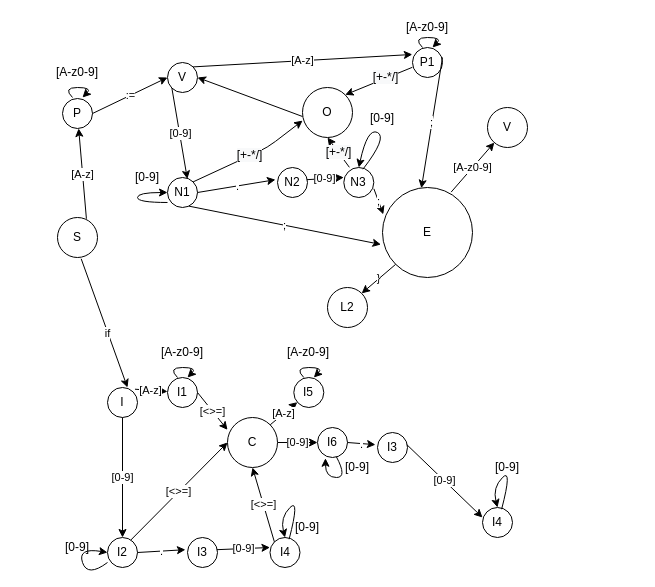
This is Untitled Diagram.drawio from xDSUP/6_password_strength, a draw.io file, before an edit. Source tidied: cells renumbered, new cells numbered last; positions are measured from the earlier drawing's top-left corner, leaving out a move shared by most shapes. Both pictures are drawn from the tidied source at 100%, with x=0, y=0 at pixel (42, 17).
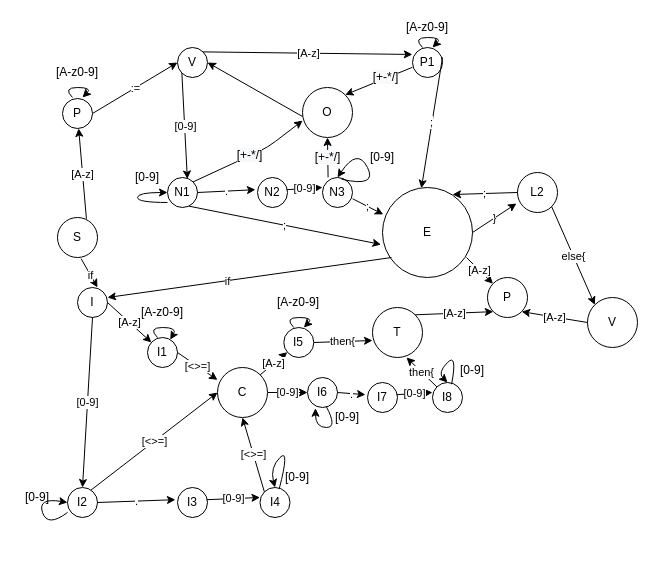
After the change.

Unchanged cells that the change refers to:
```xml
<mxCell id="37" value="E" style="ellipse;whiteSpace=wrap;html=1;" parent="1" vertex="1">
  <mxGeometry x="340" y="170" width="90" height="90" as="geometry" />
</mxCell>
```

The edit, as a diff of the source:
```diff
@@
     <mxCell id="4" value="I" style="ellipse;whiteSpace=wrap;html=1;" parent="1" vertex="1">
-      <mxGeometry x="65" y="370" width="30" height="30" as="geometry" />
+      <mxGeometry x="35" y="270" width="30" height="30" as="geometry" />
     </mxCell>
@@
     <mxCell id="9" value="V" style="ellipse;whiteSpace=wrap;html=1;" parent="1" vertex="1">
-      <mxGeometry x="125" y="45" width="30" height="30" as="geometry" />
+      <mxGeometry x="135" y="30" width="30" height="30" as="geometry" />
     </mxCell>
@@
     <mxCell id="12" value="N2" style="ellipse;whiteSpace=wrap;html=1;" parent="1" vertex="1">
-      <mxGeometry x="235" y="150" width="30" height="30" as="geometry" />
+      <mxGeometry x="215" y="160" width="30" height="30" as="geometry" />
     </mxCell>
@@
     <mxCell id="21" value="N3" style="ellipse;whiteSpace=wrap;html=1;" parent="1" vertex="1">
-      <mxGeometry x="301.3" y="150" width="30" height="30" as="geometry" />
+      <mxGeometry x="280" y="160" width="30" height="30" as="geometry" />
     </mxCell>
@@
     <mxCell id="26" value="[0-9]" style="text;html=1;strokeColor=none;fillColor=none;align=center;verticalAlign=middle;whiteSpace=wrap;rounded=0;" parent="1" vertex="1">
-      <mxGeometry x="320" y="91" width="40" height="20" as="geometry" />
+      <mxGeometry x="320" y="130" width="40" height="20" as="geometry" />
     </mxCell>
     <mxCell id="27" style="curved=1;endArrow=classic;html=1;exitX=0.638;exitY=0.057;exitDx=0;exitDy=0;entryX=0.5;entryY=0;entryDx=0;entryDy=0;exitPerimeter=0;" parent="1" edge="1" source="21" target="21">
       <mxGeometry relative="1" as="geometry">
         <Array as="points">
-          <mxPoint x="345" y="120" />
-          <mxPoint x="325" y="110" />
+          <mxPoint x="335" y="170" />
+          <mxPoint x="315" y="130" />
         </Array>
       </mxGeometry>
     </mxCell>
@@
-    <mxCell id="40" value="[A-z0-9]" style="endArrow=classic;html=1;exitX=0.763;exitY=0.051;exitDx=0;exitDy=0;exitPerimeter=0;" parent="1" edge="1" source="37" target="41">
+    <mxCell id="40" value="[A-z]" style="endArrow=classic;html=1;exitX=0.933;exitY=0.778;exitDx=0;exitDy=0;exitPerimeter=0;" parent="1" edge="1" source="37" target="41">
       <mxGeometry relative="1" as="geometry" />
     </mxCell>
-    <mxCell id="41" value="V" style="ellipse;whiteSpace=wrap;html=1;" parent="1" vertex="1">
-      <mxGeometry x="445" y="90" width="40" height="40" as="geometry" />
+    <mxCell id="41" value="P" style="ellipse;whiteSpace=wrap;html=1;" parent="1" vertex="1">
+      <mxGeometry x="445" y="260" width="40" height="40" as="geometry" />
     </mxCell>
     <mxCell id="42" value="L2" style="ellipse;whiteSpace=wrap;html=1;" parent="1" vertex="1">
-      <mxGeometry x="285" y="270" width="40" height="40" as="geometry" />
+      <mxGeometry x="475" y="155" width="40" height="40" as="geometry" />
     </mxCell>
-    <mxCell id="43" value="}" style="endArrow=classic;html=1;exitX=0;exitY=1;exitDx=0;exitDy=0;entryX=1;entryY=0;entryDx=0;entryDy=0;" parent="1" edge="1" source="37" target="42">
+    <mxCell id="43" value="}" style="endArrow=classic;html=1;exitX=1;exitY=0.5;exitDx=0;exitDy=0;entryX=-0.025;entryY=0.775;entryDx=0;entryDy=0;entryPerimeter=0;" parent="1" edge="1" source="37" target="42">
       <mxGeometry relative="1" as="geometry" />
     </mxCell>
     <mxCell id="44" value="I1" style="ellipse;whiteSpace=wrap;html=1;" parent="1" vertex="1">
-      <mxGeometry x="125" y="360" width="30" height="30" as="geometry" />
+      <mxGeometry x="105" y="320" width="30" height="30" as="geometry" />
     </mxCell>
-    <mxCell id="45" value="[A-z]" style="endArrow=classic;html=1;exitX=0.916;exitY=0.057;exitDx=0;exitDy=0;exitPerimeter=0;" parent="1" edge="1" source="4" target="44">
+    <mxCell id="45" value="[A-z]" style="endArrow=classic;html=1;exitX=1;exitY=0.5;exitDx=0;exitDy=0;" parent="1" edge="1" source="4" target="44">
       <mxGeometry relative="1" as="geometry" />
     </mxCell>
@@
     <mxCell id="47" value="C" style="ellipse;whiteSpace=wrap;html=1;" parent="1" vertex="1">
-      <mxGeometry x="185" y="400" width="50" height="50" as="geometry" />
+      <mxGeometry x="175" y="350" width="50" height="50" as="geometry" />
     </mxCell>
-    <mxCell id="48" style="curved=1;endArrow=classic;html=1;" parent="1" edge="1">
+    <mxCell id="48" style="curved=1;endArrow=classic;html=1;" parent="1" edge="1" target="44">
       <mxGeometry relative="1" as="geometry">
-        <mxPoint x="135" y="360" as="sourcePoint" />
-        <mxPoint x="145" y="360" as="targetPoint" />
+        <mxPoint x="115" y="320" as="sourcePoint" />
         <Array as="points">
-          <mxPoint x="125" y="350" />
-          <mxPoint x="155" y="350" />
+          <mxPoint x="105" y="310" />
+          <mxPoint x="135" y="310" />
         </Array>
       </mxGeometry>
     </mxCell>
     <mxCell id="49" value="[A-z0-9]" style="text;html=1;strokeColor=none;fillColor=none;align=center;verticalAlign=middle;whiteSpace=wrap;rounded=0;" parent="1" vertex="1">
-      <mxGeometry x="105" y="320" width="70" height="30" as="geometry" />
+      <mxGeometry x="85" y="280" width="70" height="30" as="geometry" />
     </mxCell>
@@
     <mxCell id="52" value="I2" style="ellipse;whiteSpace=wrap;html=1;" parent="1" vertex="1">
-      <mxGeometry x="65" y="520" width="30" height="30" as="geometry" />
+      <mxGeometry x="25" y="470" width="30" height="30" as="geometry" />
     </mxCell>
     <mxCell id="53" value="I3" style="ellipse;whiteSpace=wrap;html=1;" parent="1" vertex="1">
-      <mxGeometry x="145" y="520" width="30" height="30" as="geometry" />
+      <mxGeometry x="135" y="470" width="30" height="30" as="geometry" />
     </mxCell>
@@
     <mxCell id="56" value="I4" style="ellipse;whiteSpace=wrap;html=1;" parent="1" vertex="1">
-      <mxGeometry x="227.5" y="520" width="30" height="30" as="geometry" />
+      <mxGeometry x="217.5" y="470" width="30" height="30" as="geometry" />
     </mxCell>
@@
     <mxCell id="59" style="curved=1;endArrow=classic;html=1;entryX=0;entryY=0.5;entryDx=0;entryDy=0;exitX=0;exitY=0.833;exitDx=0;exitDy=0;exitPerimeter=0;" parent="1" edge="1" source="52" target="52">
       <mxGeometry relative="1" as="geometry">
         <Array as="points">
-          <mxPoint x="45" y="560" />
-          <mxPoint x="35" y="530" />
+          <mxPoint x="5" y="510" />
+          <mxPoint x="-5" y="480" />
         </Array>
       </mxGeometry>
     </mxCell>
     <mxCell id="60" style="curved=1;endArrow=classic;html=1;exitX=0.638;exitY=0.057;exitDx=0;exitDy=0;entryX=0.5;entryY=0;entryDx=0;entryDy=0;exitPerimeter=0;" parent="1" edge="1" source="56" target="56">
       <mxGeometry relative="1" as="geometry">
         <Array as="points">
-          <mxPoint x="257.5" y="480" />
-          <mxPoint x="237.5" y="500" />
+          <mxPoint x="247.5" y="430" />
+          <mxPoint x="227.5" y="450" />
         </Array>
       </mxGeometry>
     </mxCell>
     <mxCell id="61" value="[0-9]" style="text;html=1;strokeColor=none;fillColor=none;align=center;verticalAlign=middle;whiteSpace=wrap;rounded=0;" parent="1" vertex="1">
-      <mxGeometry x="15" y="520" width="40" height="20" as="geometry" />
+      <mxGeometry x="-25" y="470" width="40" height="20" as="geometry" />
     </mxCell>
@@
     <mxCell id="64" value="[0-9]" style="text;html=1;strokeColor=none;fillColor=none;align=center;verticalAlign=middle;whiteSpace=wrap;rounded=0;" parent="1" vertex="1">
-      <mxGeometry x="245" y="500" width="40" height="20" as="geometry" />
+      <mxGeometry x="235" y="450" width="40" height="20" as="geometry" />
     </mxCell>
     <mxCell id="65" value="I6" style="ellipse;whiteSpace=wrap;html=1;" parent="1" vertex="1">
-      <mxGeometry x="275" y="410" width="30" height="30" as="geometry" />
+      <mxGeometry x="265" y="360" width="30" height="30" as="geometry" />
     </mxCell>
     <mxCell id="66" value="I5" style="ellipse;whiteSpace=wrap;html=1;" parent="1" vertex="1">
-      <mxGeometry x="251.3" y="360" width="30" height="30" as="geometry" />
+      <mxGeometry x="241.3" y="310" width="30" height="30" as="geometry" />
     </mxCell>
@@
     <mxCell id="68" style="curved=1;endArrow=classic;html=1;" parent="1" edge="1">
       <mxGeometry relative="1" as="geometry">
-        <mxPoint x="261.3" y="360" as="sourcePoint" />
-        <mxPoint x="271.3" y="360" as="targetPoint" />
+        <mxPoint x="251.3" y="310" as="sourcePoint" />
+        <mxPoint x="261.3" y="310" as="targetPoint" />
         <Array as="points">
-          <mxPoint x="251.3" y="350" />
-          <mxPoint x="281.3" y="350" />
+          <mxPoint x="241.3" y="300" />
+          <mxPoint x="271.3" y="300" />
         </Array>
       </mxGeometry>
     </mxCell>
     <mxCell id="69" value="[A-z0-9]" style="text;html=1;strokeColor=none;fillColor=none;align=center;verticalAlign=middle;whiteSpace=wrap;rounded=0;" parent="1" vertex="1">
-      <mxGeometry x="231.3" y="320" width="70" height="30" as="geometry" />
+      <mxGeometry x="221.3" y="270" width="70" height="30" as="geometry" />
     </mxCell>
-    <mxCell id="70" value="I3" style="ellipse;whiteSpace=wrap;html=1;" parent="1" vertex="1">
-      <mxGeometry x="335" y="415" width="30" height="30" as="geometry" />
+    <mxCell id="70" value="I7" style="ellipse;whiteSpace=wrap;html=1;" parent="1" vertex="1">
+      <mxGeometry x="325" y="365" width="30" height="30" as="geometry" />
     </mxCell>
@@
-    <mxCell id="73" value="I4" style="ellipse;whiteSpace=wrap;html=1;" parent="1" vertex="1">
-      <mxGeometry x="440" y="490" width="30" height="30" as="geometry" />
+    <mxCell id="73" value="I8" style="ellipse;whiteSpace=wrap;html=1;" parent="1" vertex="1">
+      <mxGeometry x="390" y="365" width="30" height="30" as="geometry" />
     </mxCell>
@@
     <mxCell id="76" style="curved=1;endArrow=classic;html=1;entryX=0.265;entryY=1.025;entryDx=0;entryDy=0;exitX=0.63;exitY=0.978;exitDx=0;exitDy=0;exitPerimeter=0;entryPerimeter=0;" parent="1" edge="1" source="65" target="65">
       <mxGeometry relative="1" as="geometry">
         <Array as="points">
-          <mxPoint x="305" y="460" />
-          <mxPoint x="283" y="460" />
+          <mxPoint x="295" y="410" />
+          <mxPoint x="273" y="410" />
         </Array>
       </mxGeometry>
     </mxCell>
     <mxCell id="77" style="curved=1;endArrow=classic;html=1;exitX=0.638;exitY=0.057;exitDx=0;exitDy=0;entryX=0.5;entryY=0;entryDx=0;entryDy=0;exitPerimeter=0;" parent="1" edge="1" source="73" target="73">
       <mxGeometry relative="1" as="geometry">
         <Array as="points">
-          <mxPoint x="470" y="450" />
-          <mxPoint x="450" y="470" />
+          <mxPoint x="415" y="335" />
+          <mxPoint x="395" y="355" />
         </Array>
       </mxGeometry>
     </mxCell>
     <mxCell id="78" value="[0-9]" style="text;html=1;strokeColor=none;fillColor=none;align=center;verticalAlign=middle;whiteSpace=wrap;rounded=0;" parent="1" vertex="1">
-      <mxGeometry x="445" y="440" width="40" height="20" as="geometry" />
+      <mxGeometry x="405" y="340" width="50" height="25" as="geometry" />
     </mxCell>
     <mxCell id="79" value="[0-9]" style="text;html=1;strokeColor=none;fillColor=none;align=center;verticalAlign=middle;whiteSpace=wrap;rounded=0;" parent="1" vertex="1">
-      <mxGeometry x="295" y="440" width="40" height="20" as="geometry" />
+      <mxGeometry x="285" y="390" width="40" height="20" as="geometry" />
     </mxCell>
+    <mxCell id="80" value="T" style="ellipse;whiteSpace=wrap;html=1;" parent="1" vertex="1">
+      <mxGeometry x="330" y="290" width="50" height="50" as="geometry" />
+    </mxCell>
+    <mxCell id="81" value="then{" style="endArrow=classic;html=1;exitX=1;exitY=0.5;exitDx=0;exitDy=0;entryX=0;entryY=0.66;entryDx=0;entryDy=0;entryPerimeter=0;" parent="1" edge="1" source="66" target="80">
+      <mxGeometry relative="1" as="geometry" />
+    </mxCell>
+    <mxCell id="82" value="then{" style="endArrow=classic;html=1;exitX=0;exitY=0;exitDx=0;exitDy=0;entryX=0.68;entryY=1;entryDx=0;entryDy=0;entryPerimeter=0;" parent="1" edge="1" source="73" target="80">
+      <mxGeometry relative="1" as="geometry" />
+    </mxCell>
+    <mxCell id="83" value="[A-z]" style="endArrow=classic;html=1;exitX=1;exitY=0;exitDx=0;exitDy=0;entryX=0;entryY=1;entryDx=0;entryDy=0;" parent="1" edge="1" source="80" target="41">
+      <mxGeometry relative="1" as="geometry" />
+    </mxCell>
+    <mxCell id="84" style="endArrow=classic;html=1;entryX=0.667;entryY=0;entryDx=0;entryDy=0;entryPerimeter=0;exitX=0.1;exitY=0.778;exitDx=0;exitDy=0;exitPerimeter=0;" parent="1" edge="1" source="37">
+      <mxGeometry relative="1" as="geometry">
+        <mxPoint x="65" y="280" as="targetPoint" />
+      </mxGeometry>
+    </mxCell>
+    <mxCell id="85" value="if" style="edgeLabel;html=1;align=center;verticalAlign=middle;" parent="84" vertex="1">
+      <mxGeometry x="0.15" relative="1" as="geometry">
+        <mxPoint x="-1" as="offset" />
+      </mxGeometry>
+    </mxCell>
+    <mxCell id="86" value=";" style="endArrow=classic;html=1;exitX=0;exitY=0.5;exitDx=0;exitDy=0;entryX=0.778;entryY=0.078;entryDx=0;entryDy=0;entryPerimeter=0;" parent="1" edge="1" source="42" target="37">
+      <mxGeometry relative="1" as="geometry" />
+    </mxCell>
+    <mxCell id="87" value="V" style="ellipse;whiteSpace=wrap;html=1;" parent="1" vertex="1">
+      <mxGeometry x="545" y="280" width="50" height="50" as="geometry" />
+    </mxCell>
+    <mxCell id="88" value="else{" style="endArrow=classic;html=1;entryX=0;entryY=0;entryDx=0;entryDy=0;exitX=1;exitY=1;exitDx=0;exitDy=0;" parent="1" edge="1" source="42" target="87">
+      <mxGeometry relative="1" as="geometry" />
+    </mxCell>
+    <mxCell id="89" value="[A-z]" style="endArrow=classic;html=1;exitX=0;exitY=0.5;exitDx=0;exitDy=0;entryX=1;entryY=1;entryDx=0;entryDy=0;" parent="1" edge="1" source="87" target="41">
+      <mxGeometry relative="1" as="geometry" />
+    </mxCell>
```
